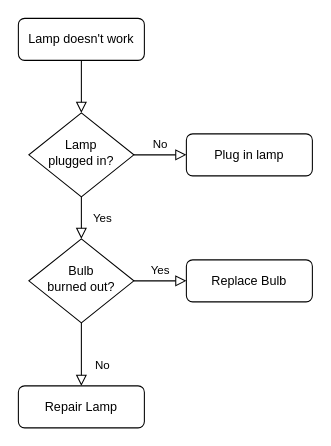
Above: 未命名绘图.drawio in Jiang-SmallBlank/- (draw.io), before the change. Source tidied: cells renumbered, new cells numbered last; positions are measured from the earlier drawing's top-left corner, leaving out a move shared by most shapes. Both pictures are drawn from the tidied source at 105%, with x=0, y=0 at pixel (18, 18).
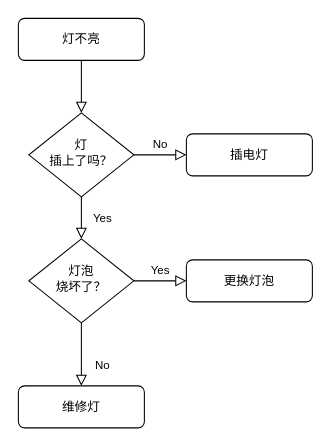
The same diagram, later.

Commit message:
更新未命名绘图.drawio

Diff of the diagram source:
```diff
@@
 <mxGraphModel>
   <root>
     <mxCell id="0" />
     <mxCell id="1" parent="0" />
     <mxCell id="2" style="rounded=0;html=1;jettySize=auto;fontSize=11;endArrow=block;endFill=0;endSize=8;strokeWidth=1;shadow=0;labelBackgroundColor=none;edgeStyle=orthogonalEdgeStyle;" parent="1" edge="1" source="3" target="6">
       <mxGeometry relative="1" as="geometry" />
     </mxCell>
-    <mxCell id="3" value="Lamp doesn't work" style="rounded=1;whiteSpace=wrap;html=1;fontSize=12;glass=0;strokeWidth=1;shadow=0;" parent="1" vertex="1">
+    <mxCell id="3" value="灯不亮" style="rounded=1;whiteSpace=wrap;html=1;fontSize=12;glass=0;strokeWidth=1;shadow=0;" parent="1" vertex="1">
       <mxGeometry width="120" height="40" as="geometry" />
     </mxCell>
     <mxCell id="4" value="Yes" style="rounded=0;html=1;jettySize=auto;fontSize=11;endArrow=block;endFill=0;endSize=8;strokeWidth=1;shadow=0;labelBackgroundColor=none;edgeStyle=orthogonalEdgeStyle;" parent="1" edge="1" source="6" target="10">
       <mxGeometry y="20" relative="1" as="geometry" />
     </mxCell>
     <mxCell id="5" value="No" style="edgeStyle=orthogonalEdgeStyle;rounded=0;html=1;jettySize=auto;fontSize=11;endArrow=block;endFill=0;endSize=8;strokeWidth=1;shadow=0;labelBackgroundColor=none;" parent="1" edge="1" source="6" target="7">
       <mxGeometry y="10" relative="1" as="geometry" />
     </mxCell>
-    <mxCell id="6" value="Lamp&lt;br&gt;plugged in?" style="rhombus;whiteSpace=wrap;html=1;shadow=0;fontFamily=Helvetica;fontSize=12;align=center;strokeWidth=1;spacing=6;spacingTop=-4;" parent="1" vertex="1">
+    <mxCell id="6" value="灯&lt;br&gt;插上了吗？" style="rhombus;whiteSpace=wrap;html=1;shadow=0;fontFamily=Helvetica;fontSize=12;align=center;strokeWidth=1;spacing=6;spacingTop=-4;" parent="1" vertex="1">
       <mxGeometry x="10" y="90" width="100" height="80" as="geometry" />
     </mxCell>
-    <mxCell id="7" value="Plug in lamp" style="rounded=1;whiteSpace=wrap;html=1;fontSize=12;glass=0;strokeWidth=1;shadow=0;" parent="1" vertex="1">
+    <mxCell id="7" value="插电灯" style="rounded=1;whiteSpace=wrap;html=1;fontSize=12;glass=0;strokeWidth=1;shadow=0;" parent="1" vertex="1">
       <mxGeometry x="160" y="110" width="120" height="40" as="geometry" />
     </mxCell>
     <mxCell id="8" value="No" style="rounded=0;html=1;jettySize=auto;fontSize=11;endArrow=block;endFill=0;endSize=8;strokeWidth=1;shadow=0;labelBackgroundColor=none;edgeStyle=orthogonalEdgeStyle;" parent="1" edge="1" source="10" target="11">
       <mxGeometry x="0.33" y="20" relative="1" as="geometry" />
     </mxCell>
     <mxCell id="9" value="Yes" style="edgeStyle=orthogonalEdgeStyle;rounded=0;html=1;jettySize=auto;fontSize=11;endArrow=block;endFill=0;endSize=8;strokeWidth=1;shadow=0;labelBackgroundColor=none;" parent="1" edge="1" source="10" target="12">
       <mxGeometry y="10" relative="1" as="geometry" />
     </mxCell>
-    <mxCell id="10" value="Bulb&lt;br&gt;burned out?" style="rhombus;whiteSpace=wrap;html=1;shadow=0;fontFamily=Helvetica;fontSize=12;align=center;strokeWidth=1;spacing=6;spacingTop=-4;" parent="1" vertex="1">
+    <mxCell id="10" value="灯泡&lt;br&gt;烧坏了？" style="rhombus;whiteSpace=wrap;html=1;shadow=0;fontFamily=Helvetica;fontSize=12;align=center;strokeWidth=1;spacing=6;spacingTop=-4;" parent="1" vertex="1">
       <mxGeometry x="10" y="210" width="100" height="80" as="geometry" />
     </mxCell>
-    <mxCell id="11" value="Repair Lamp" style="rounded=1;whiteSpace=wrap;html=1;fontSize=12;glass=0;strokeWidth=1;shadow=0;" parent="1" vertex="1">
+    <mxCell id="11" value="维修灯" style="rounded=1;whiteSpace=wrap;html=1;fontSize=12;glass=0;strokeWidth=1;shadow=0;" parent="1" vertex="1">
       <mxGeometry y="350" width="120" height="40" as="geometry" />
     </mxCell>
-    <mxCell id="12" value="Replace Bulb" style="rounded=1;whiteSpace=wrap;html=1;fontSize=12;glass=0;strokeWidth=1;shadow=0;" parent="1" vertex="1">
+    <mxCell id="12" value="更换灯泡" style="rounded=1;whiteSpace=wrap;html=1;fontSize=12;glass=0;strokeWidth=1;shadow=0;" parent="1" vertex="1">
       <mxGeometry x="160" y="230" width="120" height="40" as="geometry" />
     </mxCell>
   </root>
 </mxGraphModel>
```
